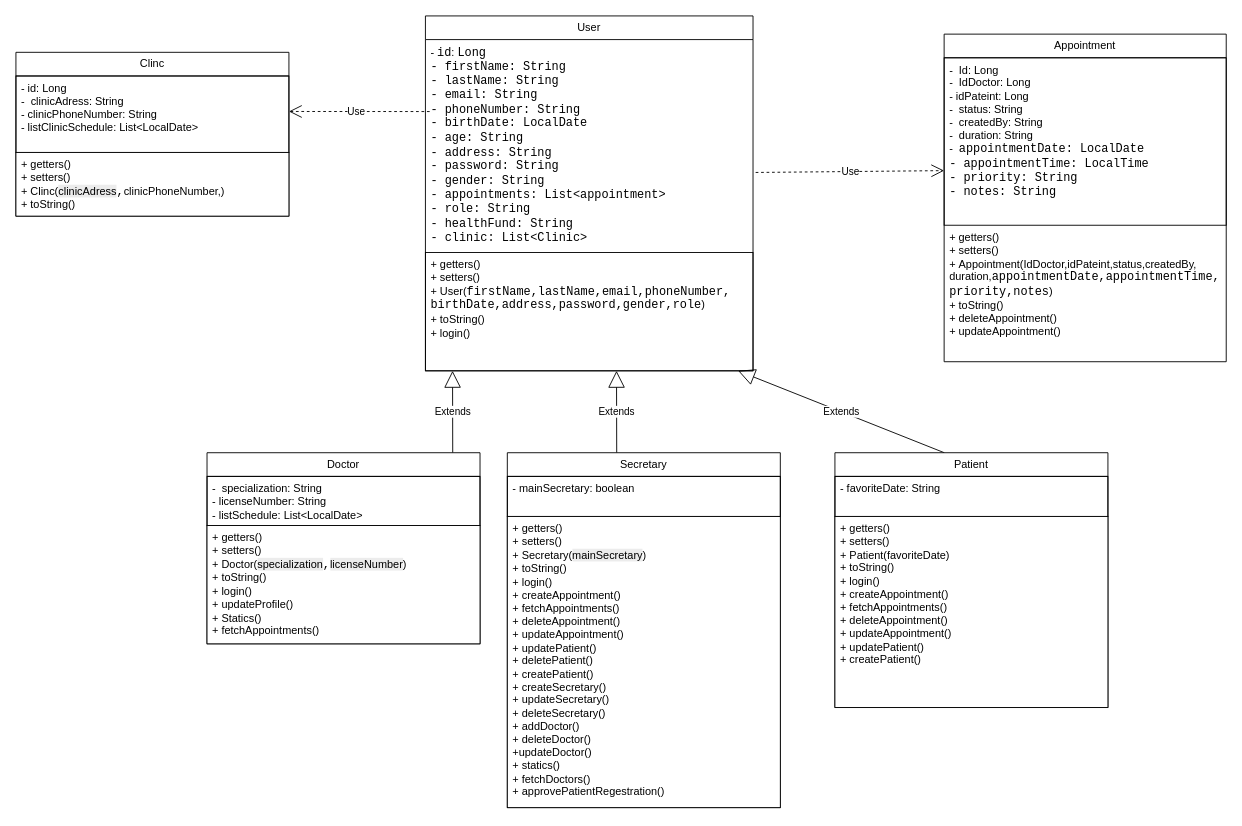
Earlier version of the draw.io diagram classDiagram.drawio (faroukshtewee/med.me-project). Source tidied: cells renumbered, new cells numbered last; positions are measured from the earlier drawing's top-left corner, leaving out a move shared by most shapes. Both pictures are drawn from the tidied source at 91%, with x=0, y=0 at pixel (15, 15).
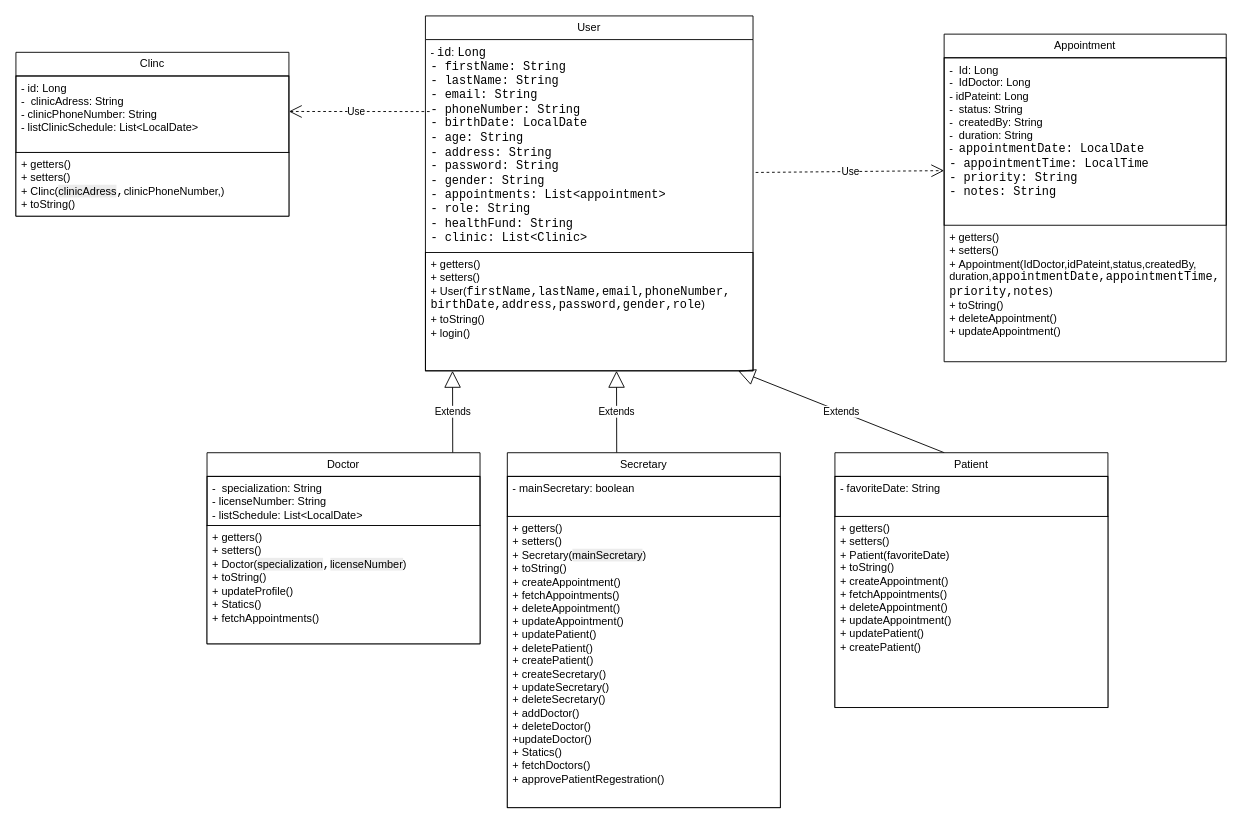
After the change.

The change refers to these unchanged cells:
```xml
<mxCell id="6" value="Doctor" style="swimlane;fontStyle=0;horizontal=1;startSize=26;fillColor=default;whiteSpace=wrap;html=1;swimlaneFillColor=none;" parent="1" vertex="1">
  <mxGeometry x="210" y="480" width="300" height="210" as="geometry" />
</mxCell>
<mxCell id="10" value="Secretary" style="swimlane;fontStyle=0;horizontal=1;startSize=26;fillColor=default;whiteSpace=wrap;html=1;swimlaneFillColor=none;" parent="1" vertex="1">
  <mxGeometry x="540" y="480" width="300" height="390" as="geometry" />
</mxCell>
<mxCell id="14" value="Patient" style="swimlane;fontStyle=0;horizontal=1;startSize=26;fillColor=default;whiteSpace=wrap;html=1;swimlaneFillColor=none;" parent="1" vertex="1">
  <mxGeometry x="900" y="480" width="300" height="280" as="geometry" />
</mxCell>
```

What changed in the source:
```diff
@@
-    <mxCell id="8" value="&lt;div&gt;+ getters()&lt;/div&gt;&lt;div&gt;+ setters()&lt;/div&gt;&lt;div&gt;+&amp;nbsp;&lt;span style=&quot;text-align: center;&quot;&gt;Doctor&lt;/span&gt;(&lt;span style=&quot;background-color: rgb(255, 255, 255); font-family: &amp;quot;JetBrains Mono&amp;quot;, monospace; font-size: 13.0667px; color: light-dark(rgb(0, 0, 0), rgb(255, 255, 255));&quot;&gt;&lt;span style=&quot;font-family: Helvetica; font-size: 12px; background-color: rgb(236, 236, 236);&quot;&gt;specialization&lt;/span&gt;,&lt;/span&gt;&lt;span style=&quot;background-color: rgb(255, 255, 255); font-family: &amp;quot;JetBrains Mono&amp;quot;, monospace; font-size: 13.0667px; color: light-dark(rgb(0, 0, 0), rgb(255, 255, 255));&quot;&gt;&lt;span style=&quot;font-family: Helvetica; font-size: 12px; background-color: rgb(236, 236, 236);&quot;&gt;licenseNumber&lt;/span&gt;&lt;/span&gt;&lt;span style=&quot;background-color: transparent; color: light-dark(rgb(0, 0, 0), rgb(255, 255, 255));&quot;&gt;)&lt;/span&gt;&lt;/div&gt;&lt;div&gt;+ toString()&lt;/div&gt;&lt;div&gt;+ login()&lt;/div&gt;&lt;div&gt;+ updateProfile()&lt;/div&gt;&lt;div&gt;+ Statics()&lt;/div&gt;&lt;div&gt;+ fetchAppointments()&lt;/div&gt;&lt;div&gt;&lt;br&gt;&lt;/div&gt;" style="text;strokeColor=default;fillColor=default;align=left;verticalAlign=top;spacingLeft=4;spacingRight=4;overflow=hidden;whiteSpace=wrap;html=1;" parent="6" vertex="1">
+    <mxCell id="8" value="&lt;div&gt;+ getters()&lt;/div&gt;&lt;div&gt;+ setters()&lt;/div&gt;&lt;div&gt;+&amp;nbsp;&lt;span style=&quot;text-align: center;&quot;&gt;Doctor&lt;/span&gt;(&lt;span style=&quot;background-color: rgb(255, 255, 255); font-family: &amp;quot;JetBrains Mono&amp;quot;, monospace; font-size: 13.0667px; color: light-dark(rgb(0, 0, 0), rgb(255, 255, 255));&quot;&gt;&lt;span style=&quot;font-family: Helvetica; font-size: 12px; background-color: rgb(236, 236, 236);&quot;&gt;specialization&lt;/span&gt;,&lt;/span&gt;&lt;span style=&quot;background-color: rgb(255, 255, 255); font-family: &amp;quot;JetBrains Mono&amp;quot;, monospace; font-size: 13.0667px; color: light-dark(rgb(0, 0, 0), rgb(255, 255, 255));&quot;&gt;&lt;span style=&quot;font-family: Helvetica; font-size: 12px; background-color: rgb(236, 236, 236);&quot;&gt;licenseNumber&lt;/span&gt;&lt;/span&gt;&lt;span style=&quot;background-color: transparent; color: light-dark(rgb(0, 0, 0), rgb(255, 255, 255));&quot;&gt;)&lt;/span&gt;&lt;/div&gt;&lt;div&gt;+ toString()&lt;/div&gt;&lt;div&gt;+ updateProfile()&lt;/div&gt;&lt;div&gt;+ Statics()&lt;/div&gt;&lt;div&gt;+ fetchAppointments()&lt;/div&gt;&lt;div&gt;&lt;br&gt;&lt;/div&gt;" style="text;strokeColor=default;fillColor=default;align=left;verticalAlign=top;spacingLeft=4;spacingRight=4;overflow=hidden;whiteSpace=wrap;html=1;" parent="6" vertex="1">
       <mxGeometry y="80" width="300" height="130" as="geometry" />
     </mxCell>
@@
-    <mxCell id="12" value="&lt;div&gt;+ getters()&lt;/div&gt;&lt;div&gt;+ setters()&lt;/div&gt;&lt;div&gt;+&amp;nbsp;&lt;span style=&quot;text-align: center;&quot;&gt;Secretary&lt;/span&gt;(&lt;span style=&quot;background-color: rgb(255, 255, 255); font-family: &amp;quot;JetBrains Mono&amp;quot;, monospace; font-size: 13.0667px; color: light-dark(rgb(0, 0, 0), rgb(255, 255, 255));&quot;&gt;&lt;span style=&quot;font-family: Helvetica; font-size: 12px; background-color: rgb(236, 236, 236);&quot;&gt;mainSecretary&lt;/span&gt;&lt;/span&gt;&lt;span style=&quot;background-color: transparent; color: light-dark(rgb(0, 0, 0), rgb(255, 255, 255));&quot;&gt;)&lt;/span&gt;&lt;/div&gt;&lt;div&gt;+ toString()&lt;/div&gt;&lt;div&gt;+ login()&lt;/div&gt;&lt;div&gt;+ createAppointment()&lt;/div&gt;&lt;div&gt;+&lt;span style=&quot;background-color: transparent; color: light-dark(rgb(0, 0, 0), rgb(255, 255, 255));&quot;&gt;&amp;nbsp;&lt;/span&gt;&lt;span style=&quot;background-color: transparent; color: light-dark(rgb(0, 0, 0), rgb(255, 255, 255));&quot;&gt;fetchAppointments()&lt;br&gt;+ deleteAppointment()&lt;/span&gt;&lt;/div&gt;&lt;div&gt;&lt;span style=&quot;background-color: transparent; color: light-dark(rgb(0, 0, 0), rgb(255, 255, 255));&quot;&gt;+ updateAppointment()&lt;/span&gt;&lt;/div&gt;&lt;div&gt;&lt;span style=&quot;background-color: transparent; color: light-dark(rgb(0, 0, 0), rgb(255, 255, 255));&quot;&gt;+ updatePatient()&lt;/span&gt;&lt;/div&gt;&lt;div&gt;&lt;span style=&quot;background-color: transparent; color: light-dark(rgb(0, 0, 0), rgb(255, 255, 255));&quot;&gt;+ deletePatient()&lt;/span&gt;&lt;/div&gt;&lt;div&gt;&lt;span style=&quot;background-color: transparent; color: light-dark(rgb(0, 0, 0), rgb(255, 255, 255));&quot;&gt;+ createPatient()&lt;/span&gt;&lt;/div&gt;&lt;div&gt;&lt;span style=&quot;background-color: transparent; color: light-dark(rgb(0, 0, 0), rgb(255, 255, 255));&quot;&gt;+ createSecretary()&lt;/span&gt;&lt;/div&gt;&lt;div&gt;&lt;span style=&quot;background-color: transparent; color: light-dark(rgb(0, 0, 0), rgb(255, 255, 255));&quot;&gt;+ updateSecretary()&lt;/span&gt;&lt;/div&gt;&lt;div&gt;&lt;span style=&quot;background-color: transparent; color: light-dark(rgb(0, 0, 0), rgb(255, 255, 255));&quot;&gt;+ deleteSecretary()&lt;/span&gt;&lt;/div&gt;&lt;div&gt;&lt;span style=&quot;background-color: transparent; color: light-dark(rgb(0, 0, 0), rgb(255, 255, 255));&quot;&gt;+ addDoctor()&lt;/span&gt;&lt;/div&gt;&lt;div&gt;&lt;span style=&quot;background-color: transparent; color: light-dark(rgb(0, 0, 0), rgb(255, 255, 255));&quot;&gt;+ deleteDoctor()&lt;/span&gt;&lt;/div&gt;&lt;div&gt;&lt;span style=&quot;background-color: transparent; color: light-dark(rgb(0, 0, 0), rgb(255, 255, 255));&quot;&gt;+updateDoctor()&lt;/span&gt;&lt;/div&gt;&lt;div&gt;&lt;span style=&quot;background-color: transparent; color: light-dark(rgb(0, 0, 0), rgb(255, 255, 255));&quot;&gt;+ statics()&lt;/span&gt;&lt;/div&gt;&lt;div&gt;&lt;span style=&quot;background-color: transparent; color: light-dark(rgb(0, 0, 0), rgb(255, 255, 255));&quot;&gt;+ fetchDoctors()&lt;/span&gt;&lt;/div&gt;&lt;div&gt;&lt;span style=&quot;background-color: transparent; color: light-dark(rgb(0, 0, 0), rgb(255, 255, 255));&quot;&gt;+ approvePatientRegestration()&lt;/span&gt;&lt;/div&gt;" style="text;strokeColor=default;fillColor=default;align=left;verticalAlign=top;spacingLeft=4;spacingRight=4;overflow=hidden;whiteSpace=wrap;html=1;" parent="10" vertex="1">
+    <mxCell id="12" value="&lt;div&gt;+ getters()&lt;/div&gt;&lt;div&gt;+ setters()&lt;/div&gt;&lt;div&gt;+&amp;nbsp;&lt;span style=&quot;text-align: center;&quot;&gt;Secretary&lt;/span&gt;(&lt;span style=&quot;background-color: rgb(255, 255, 255); font-family: &amp;quot;JetBrains Mono&amp;quot;, monospace; font-size: 13.0667px; color: light-dark(rgb(0, 0, 0), rgb(255, 255, 255));&quot;&gt;&lt;span style=&quot;font-family: Helvetica; font-size: 12px; background-color: rgb(236, 236, 236);&quot;&gt;mainSecretary&lt;/span&gt;&lt;/span&gt;&lt;span style=&quot;background-color: transparent; color: light-dark(rgb(0, 0, 0), rgb(255, 255, 255));&quot;&gt;)&lt;/span&gt;&lt;/div&gt;&lt;div&gt;+ toString()&lt;/div&gt;&lt;div&gt;&lt;span style=&quot;background-color: transparent; color: light-dark(rgb(0, 0, 0), rgb(255, 255, 255));&quot;&gt;+ createAppointment()&lt;/span&gt;&lt;/div&gt;&lt;div&gt;+&lt;span style=&quot;background-color: transparent; color: light-dark(rgb(0, 0, 0), rgb(255, 255, 255));&quot;&gt;&amp;nbsp;&lt;/span&gt;&lt;span style=&quot;background-color: transparent; color: light-dark(rgb(0, 0, 0), rgb(255, 255, 255));&quot;&gt;fetchAppointments()&lt;br&gt;+ deleteAppointment()&lt;/span&gt;&lt;/div&gt;&lt;div&gt;&lt;span style=&quot;background-color: transparent; color: light-dark(rgb(0, 0, 0), rgb(255, 255, 255));&quot;&gt;+ updateAppointment()&lt;/span&gt;&lt;/div&gt;&lt;div&gt;&lt;span style=&quot;background-color: transparent; color: light-dark(rgb(0, 0, 0), rgb(255, 255, 255));&quot;&gt;+ updatePatient()&lt;/span&gt;&lt;/div&gt;&lt;div&gt;&lt;span style=&quot;background-color: transparent; color: light-dark(rgb(0, 0, 0), rgb(255, 255, 255));&quot;&gt;+ deletePatient()&lt;/span&gt;&lt;/div&gt;&lt;div&gt;&lt;span style=&quot;background-color: transparent; color: light-dark(rgb(0, 0, 0), rgb(255, 255, 255));&quot;&gt;+ createPatient()&lt;/span&gt;&lt;/div&gt;&lt;div&gt;&lt;span style=&quot;background-color: transparent; color: light-dark(rgb(0, 0, 0), rgb(255, 255, 255));&quot;&gt;+ createSecretary()&lt;/span&gt;&lt;/div&gt;&lt;div&gt;&lt;span style=&quot;background-color: transparent; color: light-dark(rgb(0, 0, 0), rgb(255, 255, 255));&quot;&gt;+ updateSecretary()&lt;/span&gt;&lt;/div&gt;&lt;div&gt;&lt;span style=&quot;background-color: transparent; color: light-dark(rgb(0, 0, 0), rgb(255, 255, 255));&quot;&gt;+ deleteSecretary()&lt;/span&gt;&lt;/div&gt;&lt;div&gt;&lt;span style=&quot;background-color: transparent; color: light-dark(rgb(0, 0, 0), rgb(255, 255, 255));&quot;&gt;+ addDoctor()&lt;/span&gt;&lt;/div&gt;&lt;div&gt;&lt;span style=&quot;background-color: transparent; color: light-dark(rgb(0, 0, 0), rgb(255, 255, 255));&quot;&gt;+ deleteDoctor()&lt;/span&gt;&lt;/div&gt;&lt;div&gt;&lt;span style=&quot;background-color: transparent; color: light-dark(rgb(0, 0, 0), rgb(255, 255, 255));&quot;&gt;+updateDoctor()&lt;/span&gt;&lt;/div&gt;&lt;div&gt;&lt;span style=&quot;background-color: transparent; color: light-dark(rgb(0, 0, 0), rgb(255, 255, 255));&quot;&gt;+ Statics()&lt;/span&gt;&lt;/div&gt;&lt;div&gt;&lt;span style=&quot;background-color: transparent; color: light-dark(rgb(0, 0, 0), rgb(255, 255, 255));&quot;&gt;+ fetchDoctors()&lt;/span&gt;&lt;/div&gt;&lt;div&gt;&lt;span style=&quot;background-color: transparent; color: light-dark(rgb(0, 0, 0), rgb(255, 255, 255));&quot;&gt;+ approvePatientRegestration()&lt;/span&gt;&lt;/div&gt;" style="text;strokeColor=default;fillColor=default;align=left;verticalAlign=top;spacingLeft=4;spacingRight=4;overflow=hidden;whiteSpace=wrap;html=1;" parent="10" vertex="1">
       <mxGeometry y="70" width="300" height="320" as="geometry" />
     </mxCell>
@@
-    <mxCell id="16" value="&lt;div&gt;+ getters()&lt;/div&gt;&lt;div&gt;+ setters()&lt;/div&gt;&lt;div&gt;+&amp;nbsp;&lt;span style=&quot;text-align: center;&quot;&gt;Patient&lt;/span&gt;(favoriteDate&lt;span style=&quot;background-color: transparent; color: light-dark(rgb(0, 0, 0), rgb(255, 255, 255));&quot;&gt;)&lt;/span&gt;&lt;/div&gt;&lt;div&gt;+ toString()&lt;/div&gt;&lt;div&gt;+ login()&lt;/div&gt;&lt;div&gt;+ createAppointment()&lt;/div&gt;&lt;div&gt;+&lt;span style=&quot;background-color: transparent; color: light-dark(rgb(0, 0, 0), rgb(255, 255, 255));&quot;&gt;&amp;nbsp;&lt;/span&gt;&lt;span style=&quot;background-color: transparent; color: light-dark(rgb(0, 0, 0), rgb(255, 255, 255));&quot;&gt;fetchAppointments()&lt;br&gt;+ deleteAppointment()&lt;/span&gt;&lt;/div&gt;&lt;div&gt;&lt;span style=&quot;background-color: transparent; color: light-dark(rgb(0, 0, 0), rgb(255, 255, 255));&quot;&gt;+ updateAppointment()&lt;/span&gt;&lt;/div&gt;&lt;div&gt;&lt;span style=&quot;background-color: transparent; color: light-dark(rgb(0, 0, 0), rgb(255, 255, 255));&quot;&gt;+ updatePatient()&lt;/span&gt;&lt;/div&gt;&lt;div&gt;&lt;span style=&quot;background-color: transparent; color: light-dark(rgb(0, 0, 0), rgb(255, 255, 255));&quot;&gt;+ createPatient()&lt;/span&gt;&lt;/div&gt;" style="text;strokeColor=default;fillColor=default;align=left;verticalAlign=top;spacingLeft=4;spacingRight=4;overflow=hidden;whiteSpace=wrap;html=1;" parent="14" vertex="1">
+    <mxCell id="16" value="&lt;div&gt;+ getters()&lt;/div&gt;&lt;div&gt;+ setters()&lt;/div&gt;&lt;div&gt;+&amp;nbsp;&lt;span style=&quot;text-align: center;&quot;&gt;Patient&lt;/span&gt;(favoriteDate&lt;span style=&quot;background-color: transparent; color: light-dark(rgb(0, 0, 0), rgb(255, 255, 255));&quot;&gt;)&lt;/span&gt;&lt;/div&gt;&lt;div&gt;+ toString()&lt;/div&gt;&lt;div&gt;&lt;span style=&quot;background-color: transparent; color: light-dark(rgb(0, 0, 0), rgb(255, 255, 255));&quot;&gt;+ createAppointment()&lt;/span&gt;&lt;/div&gt;&lt;div&gt;+&lt;span style=&quot;background-color: transparent; color: light-dark(rgb(0, 0, 0), rgb(255, 255, 255));&quot;&gt;&amp;nbsp;&lt;/span&gt;&lt;span style=&quot;background-color: transparent; color: light-dark(rgb(0, 0, 0), rgb(255, 255, 255));&quot;&gt;fetchAppointments()&lt;br&gt;+ deleteAppointment()&lt;/span&gt;&lt;/div&gt;&lt;div&gt;&lt;span style=&quot;background-color: transparent; color: light-dark(rgb(0, 0, 0), rgb(255, 255, 255));&quot;&gt;+ updateAppointment()&lt;/span&gt;&lt;/div&gt;&lt;div&gt;&lt;span style=&quot;background-color: transparent; color: light-dark(rgb(0, 0, 0), rgb(255, 255, 255));&quot;&gt;+ updatePatient()&lt;/span&gt;&lt;/div&gt;&lt;div&gt;&lt;span style=&quot;background-color: transparent; color: light-dark(rgb(0, 0, 0), rgb(255, 255, 255));&quot;&gt;+ createPatient()&lt;/span&gt;&lt;/div&gt;" style="text;strokeColor=default;fillColor=default;align=left;verticalAlign=top;spacingLeft=4;spacingRight=4;overflow=hidden;whiteSpace=wrap;html=1;" parent="14" vertex="1">
       <mxGeometry y="70" width="300" height="210" as="geometry" />
     </mxCell>
```
